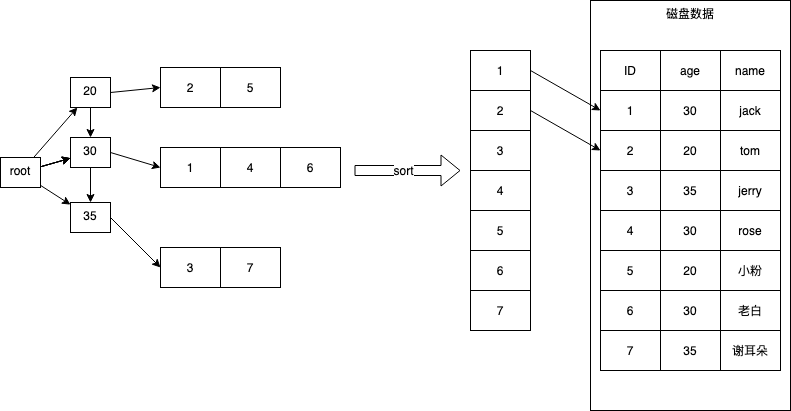
Before: mysql-mrr-2.png, a diagram exported from draw.io (GallantKong/diagram). Source tidied: cells renumbered, new cells last; positions are measured from the earlier drawing's top-left corner, leaving out a move shared by most shapes. Its diagram source:
```xml
<mxGraphModel>
  <root>
    <mxCell id="0" />
    <mxCell id="1" parent="0" />
    <mxCell id="2" value="磁盘数据" style="rounded=0;whiteSpace=wrap;html=1;labelBackgroundColor=none;verticalAlign=top;" parent="1" vertex="1">
      <mxGeometry x="590" width="200" height="410" as="geometry" />
    </mxCell>
    <mxCell id="3" style="shape=table;html=1;whiteSpace=wrap;startSize=0;" parent="1" vertex="1">
      <mxGeometry x="600" y="50" width="180" height="320" as="geometry" />
    </mxCell>
    <mxCell id="4" style="shape=partialRectangle;html=1;whiteSpace=wrap;fillColor=none;top=0;left=0;bottom=0;right=0;" parent="3" vertex="1">
      <mxGeometry width="180" height="40" as="geometry" />
    </mxCell>
    <mxCell id="5" value="ID" style="shape=partialRectangle;html=1;whiteSpace=wrap;overflow=hidden;fillColor=none;top=0;left=0;bottom=0;right=0;" parent="4" vertex="1">
      <mxGeometry width="60" height="40" as="geometry" />
    </mxCell>
    <mxCell id="6" value="age" style="shape=partialRectangle;html=1;whiteSpace=wrap;overflow=hidden;fillColor=none;top=0;left=0;bottom=0;right=0;" parent="4" vertex="1">
      <mxGeometry x="60" width="60" height="40" as="geometry" />
    </mxCell>
    <mxCell id="7" value="name" style="shape=partialRectangle;html=1;whiteSpace=wrap;overflow=hidden;fillColor=none;top=0;left=0;bottom=0;right=0;" parent="4" vertex="1">
      <mxGeometry x="120" width="60" height="40" as="geometry" />
    </mxCell>
    <mxCell id="8" style="shape=partialRectangle;html=1;whiteSpace=wrap;fillColor=none;top=0;left=0;bottom=0;right=0;points=[[0,0.5],[1,0.5]];portConstraint=eastwest;" parent="3" vertex="1">
      <mxGeometry y="40" width="180" height="40" as="geometry" />
    </mxCell>
    <mxCell id="9" value="1" style="shape=partialRectangle;html=1;whiteSpace=wrap;overflow=hidden;fillColor=none;top=0;left=0;bottom=0;right=0;" parent="8" vertex="1">
      <mxGeometry width="60" height="40" as="geometry" />
    </mxCell>
    <mxCell id="10" value="30" style="shape=partialRectangle;html=1;whiteSpace=wrap;overflow=hidden;fillColor=none;top=0;left=0;bottom=0;right=0;" parent="8" vertex="1">
      <mxGeometry x="60" width="60" height="40" as="geometry" />
    </mxCell>
    <mxCell id="11" value="jack" style="shape=partialRectangle;html=1;whiteSpace=wrap;overflow=hidden;fillColor=none;top=0;left=0;bottom=0;right=0;" parent="8" vertex="1">
      <mxGeometry x="120" width="60" height="40" as="geometry" />
    </mxCell>
    <mxCell id="12" style="shape=partialRectangle;html=1;whiteSpace=wrap;fillColor=none;top=0;left=0;bottom=0;right=0;points=[[0,0.5],[1,0.5]];portConstraint=eastwest;" parent="3" vertex="1">
      <mxGeometry y="80" width="180" height="40" as="geometry" />
    </mxCell>
    <mxCell id="13" value="2" style="shape=partialRectangle;html=1;whiteSpace=wrap;overflow=hidden;fillColor=none;top=0;left=0;bottom=0;right=0;" parent="12" vertex="1">
      <mxGeometry width="60" height="40" as="geometry" />
    </mxCell>
    <mxCell id="14" value="20" style="shape=partialRectangle;html=1;whiteSpace=wrap;overflow=hidden;fillColor=none;top=0;left=0;bottom=0;right=0;" parent="12" vertex="1">
      <mxGeometry x="60" width="60" height="40" as="geometry" />
    </mxCell>
    <mxCell id="15" value="tom" style="shape=partialRectangle;html=1;whiteSpace=wrap;overflow=hidden;fillColor=none;top=0;left=0;bottom=0;right=0;" parent="12" vertex="1">
      <mxGeometry x="120" width="60" height="40" as="geometry" />
    </mxCell>
    <mxCell id="16" style="shape=partialRectangle;html=1;whiteSpace=wrap;fillColor=none;top=0;left=0;bottom=0;right=0;points=[[0,0.5],[1,0.5]];portConstraint=eastwest;" parent="3" vertex="1">
      <mxGeometry y="120" width="180" height="40" as="geometry" />
    </mxCell>
    <mxCell id="17" value="3" style="shape=partialRectangle;html=1;whiteSpace=wrap;overflow=hidden;fillColor=none;top=0;left=0;bottom=0;right=0;" parent="16" vertex="1">
      <mxGeometry width="60" height="40" as="geometry" />
    </mxCell>
    <mxCell id="18" value="35" style="shape=partialRectangle;html=1;whiteSpace=wrap;overflow=hidden;fillColor=none;top=0;left=0;bottom=0;right=0;" parent="16" vertex="1">
      <mxGeometry x="60" width="60" height="40" as="geometry" />
    </mxCell>
    <mxCell id="19" value="jerry" style="shape=partialRectangle;html=1;whiteSpace=wrap;overflow=hidden;fillColor=none;top=0;left=0;bottom=0;right=0;" parent="16" vertex="1">
      <mxGeometry x="120" width="60" height="40" as="geometry" />
    </mxCell>
    <mxCell id="20" style="shape=partialRectangle;html=1;whiteSpace=wrap;fillColor=none;top=0;left=0;bottom=0;right=0;points=[[0,0.5],[1,0.5]];portConstraint=eastwest;" parent="3" vertex="1">
      <mxGeometry y="160" width="180" height="40" as="geometry" />
    </mxCell>
    <mxCell id="21" value="4" style="shape=partialRectangle;html=1;whiteSpace=wrap;overflow=hidden;fillColor=none;top=0;left=0;bottom=0;right=0;" parent="20" vertex="1">
      <mxGeometry width="60" height="40" as="geometry" />
    </mxCell>
    <mxCell id="22" value="30" style="shape=partialRectangle;html=1;whiteSpace=wrap;overflow=hidden;fillColor=none;top=0;left=0;bottom=0;right=0;" parent="20" vertex="1">
      <mxGeometry x="60" width="60" height="40" as="geometry" />
    </mxCell>
    <mxCell id="23" value="rose" style="shape=partialRectangle;html=1;whiteSpace=wrap;overflow=hidden;fillColor=none;top=0;left=0;bottom=0;right=0;" parent="20" vertex="1">
      <mxGeometry x="120" width="60" height="40" as="geometry" />
    </mxCell>
    <mxCell id="24" style="shape=partialRectangle;html=1;whiteSpace=wrap;fillColor=none;top=0;left=0;bottom=0;right=0;points=[[0,0.5],[1,0.5]];portConstraint=eastwest;" parent="3" vertex="1">
      <mxGeometry y="200" width="180" height="40" as="geometry" />
    </mxCell>
    <mxCell id="25" value="5" style="shape=partialRectangle;html=1;whiteSpace=wrap;overflow=hidden;fillColor=none;top=0;left=0;bottom=0;right=0;" parent="24" vertex="1">
      <mxGeometry width="60" height="40" as="geometry" />
    </mxCell>
    <mxCell id="26" value="20" style="shape=partialRectangle;html=1;whiteSpace=wrap;overflow=hidden;fillColor=none;top=0;left=0;bottom=0;right=0;" parent="24" vertex="1">
      <mxGeometry x="60" width="60" height="40" as="geometry" />
    </mxCell>
    <mxCell id="27" value="小粉" style="shape=partialRectangle;html=1;whiteSpace=wrap;overflow=hidden;fillColor=none;top=0;left=0;bottom=0;right=0;" parent="24" vertex="1">
      <mxGeometry x="120" width="60" height="40" as="geometry" />
    </mxCell>
    <mxCell id="28" style="shape=partialRectangle;html=1;whiteSpace=wrap;fillColor=none;top=0;left=0;bottom=0;right=0;points=[[0,0.5],[1,0.5]];portConstraint=eastwest;" parent="3" vertex="1">
      <mxGeometry y="240" width="180" height="40" as="geometry" />
    </mxCell>
    <mxCell id="29" value="6" style="shape=partialRectangle;html=1;whiteSpace=wrap;overflow=hidden;fillColor=none;top=0;left=0;bottom=0;right=0;" parent="28" vertex="1">
      <mxGeometry width="60" height="40" as="geometry" />
    </mxCell>
    <mxCell id="30" value="30" style="shape=partialRectangle;html=1;whiteSpace=wrap;overflow=hidden;fillColor=none;top=0;left=0;bottom=0;right=0;" parent="28" vertex="1">
      <mxGeometry x="60" width="60" height="40" as="geometry" />
    </mxCell>
    <mxCell id="31" value="老白" style="shape=partialRectangle;html=1;whiteSpace=wrap;overflow=hidden;fillColor=none;top=0;left=0;bottom=0;right=0;" parent="28" vertex="1">
      <mxGeometry x="120" width="60" height="40" as="geometry" />
    </mxCell>
    <mxCell id="32" style="shape=partialRectangle;html=1;whiteSpace=wrap;fillColor=none;top=0;left=0;bottom=0;right=0;points=[[0,0.5],[1,0.5]];portConstraint=eastwest;" parent="3" vertex="1">
      <mxGeometry y="280" width="180" height="40" as="geometry" />
    </mxCell>
    <mxCell id="33" value="7" style="shape=partialRectangle;html=1;whiteSpace=wrap;overflow=hidden;fillColor=none;top=0;left=0;bottom=0;right=0;" parent="32" vertex="1">
      <mxGeometry width="60" height="40" as="geometry" />
    </mxCell>
    <mxCell id="34" value="35" style="shape=partialRectangle;html=1;whiteSpace=wrap;overflow=hidden;fillColor=none;top=0;left=0;bottom=0;right=0;" parent="32" vertex="1">
      <mxGeometry x="60" width="60" height="40" as="geometry" />
    </mxCell>
    <mxCell id="35" value="谢耳朵" style="shape=partialRectangle;html=1;whiteSpace=wrap;overflow=hidden;fillColor=none;top=0;left=0;bottom=0;right=0;" parent="32" vertex="1">
      <mxGeometry x="120" width="60" height="40" as="geometry" />
    </mxCell>
    <mxCell id="36" style="edgeStyle=none;rounded=0;jettySize=auto;html=1;fontSize=12;strokeColor=#000000;strokeWidth=1;fillColor=#FF960D;" parent="1" edge="1" source="42" target="45">
      <mxGeometry relative="1" as="geometry" />
    </mxCell>
    <mxCell id="37" style="edgeStyle=none;rounded=0;jettySize=auto;html=1;fontSize=12;strokeColor=#000000;strokeWidth=1;fillColor=#FF960D;" parent="1" edge="1" source="42" target="48">
      <mxGeometry relative="1" as="geometry" />
    </mxCell>
    <mxCell id="38" style="edgeStyle=none;rounded=0;jettySize=auto;html=1;fontSize=12;strokeColor=#000000;strokeWidth=1;fillColor=#FF960D;" parent="1" edge="1" source="42" target="48">
      <mxGeometry relative="1" as="geometry" />
    </mxCell>
    <mxCell id="39" style="edgeStyle=none;rounded=0;jettySize=auto;html=1;fontSize=12;strokeColor=#000000;strokeWidth=1;fillColor=#FF960D;" parent="1" edge="1" source="42" target="48">
      <mxGeometry relative="1" as="geometry" />
    </mxCell>
    <mxCell id="40" style="edgeStyle=none;rounded=0;jettySize=auto;html=1;fontSize=12;strokeColor=#000000;strokeWidth=1;fillColor=#FF960D;" parent="1" edge="1" source="42" target="48">
      <mxGeometry relative="1" as="geometry" />
    </mxCell>
    <mxCell id="41" style="edgeStyle=none;rounded=0;jettySize=auto;html=1;fontSize=12;strokeColor=#000000;strokeWidth=1;fillColor=#FF960D;" parent="1" edge="1" source="42" target="50">
      <mxGeometry relative="1" as="geometry" />
    </mxCell>
    <mxCell id="42" value="&lt;font style=&quot;font-size: 12px&quot;&gt;root&lt;/font&gt;" style="rounded=0;whiteSpace=wrap;html=1;labelBackgroundColor=none;fontSize=12;verticalAlign=top;" parent="1" vertex="1">
      <mxGeometry y="157" width="40" height="30" as="geometry" />
    </mxCell>
    <mxCell id="43" style="edgeStyle=none;rounded=0;jettySize=auto;html=1;exitX=0.5;exitY=1;exitDx=0;exitDy=0;entryX=0.5;entryY=0;entryDx=0;entryDy=0;fontSize=12;strokeColor=#000000;strokeWidth=1;fillColor=#FF960D;" parent="1" edge="1" source="45" target="48">
      <mxGeometry relative="1" as="geometry" />
    </mxCell>
    <mxCell id="44" style="edgeStyle=none;rounded=0;jettySize=auto;html=1;exitX=1;exitY=0.5;exitDx=0;exitDy=0;entryX=0;entryY=0.5;entryDx=0;entryDy=0;fontSize=12;strokeColor=#000000;strokeWidth=1;fillColor=#FF960D;" parent="1" edge="1" source="45" target="52">
      <mxGeometry relative="1" as="geometry" />
    </mxCell>
    <mxCell id="45" value="&lt;font style=&quot;font-size: 12px&quot;&gt;20&lt;/font&gt;" style="rounded=0;whiteSpace=wrap;html=1;labelBackgroundColor=none;fontSize=12;verticalAlign=top;" parent="1" vertex="1">
      <mxGeometry x="70" y="77" width="40" height="30" as="geometry" />
    </mxCell>
    <mxCell id="46" style="edgeStyle=none;rounded=0;jettySize=auto;html=1;exitX=0.5;exitY=1;exitDx=0;exitDy=0;entryX=0.5;entryY=0;entryDx=0;entryDy=0;fontSize=12;strokeColor=#000000;strokeWidth=1;fillColor=#FF960D;" parent="1" edge="1" source="48" target="50">
      <mxGeometry relative="1" as="geometry" />
    </mxCell>
    <mxCell id="47" style="edgeStyle=none;rounded=0;jettySize=auto;html=1;exitX=1;exitY=0.5;exitDx=0;exitDy=0;entryX=0;entryY=0.5;entryDx=0;entryDy=0;fontSize=12;strokeColor=#000000;strokeWidth=1;fillColor=#FF960D;" parent="1" edge="1" source="48" target="56">
      <mxGeometry relative="1" as="geometry" />
    </mxCell>
    <mxCell id="48" value="&lt;font style=&quot;font-size: 12px&quot;&gt;30&lt;/font&gt;" style="rounded=0;whiteSpace=wrap;html=1;labelBackgroundColor=none;fontSize=12;verticalAlign=top;" parent="1" vertex="1">
      <mxGeometry x="70" y="137" width="40" height="30" as="geometry" />
    </mxCell>
    <mxCell id="49" style="edgeStyle=none;rounded=0;jettySize=auto;html=1;exitX=1;exitY=0.5;exitDx=0;exitDy=0;entryX=0;entryY=0.5;entryDx=0;entryDy=0;fontSize=12;strokeColor=#000000;strokeWidth=1;fillColor=#FF960D;" parent="1" edge="1" source="50" target="61">
      <mxGeometry relative="1" as="geometry" />
    </mxCell>
    <mxCell id="50" value="&lt;font style=&quot;font-size: 12px&quot;&gt;35&lt;/font&gt;" style="rounded=0;whiteSpace=wrap;html=1;labelBackgroundColor=none;fontSize=12;verticalAlign=top;" parent="1" vertex="1">
      <mxGeometry x="70" y="202" width="40" height="30" as="geometry" />
    </mxCell>
    <mxCell id="51" style="shape=table;html=1;whiteSpace=wrap;startSize=0;" parent="1" vertex="1">
      <mxGeometry x="160" y="67" width="120" height="40" as="geometry" />
    </mxCell>
    <mxCell id="52" style="shape=partialRectangle;html=1;whiteSpace=wrap;fillColor=none;top=0;left=0;bottom=0;right=0;points=[[0,0.5],[1,0.5]];portConstraint=eastwest;" parent="51" vertex="1">
      <mxGeometry width="120" height="40" as="geometry" />
    </mxCell>
    <mxCell id="53" value="2" style="shape=partialRectangle;html=1;whiteSpace=wrap;overflow=hidden;fillColor=none;top=0;left=0;bottom=0;right=0;" parent="52" vertex="1">
      <mxGeometry width="60" height="40" as="geometry" />
    </mxCell>
    <mxCell id="54" value="5" style="shape=partialRectangle;html=1;whiteSpace=wrap;overflow=hidden;fillColor=none;top=0;left=0;bottom=0;right=0;" parent="52" vertex="1">
      <mxGeometry x="60" width="60" height="40" as="geometry" />
    </mxCell>
    <mxCell id="55" style="shape=table;html=1;whiteSpace=wrap;startSize=0;" parent="1" vertex="1">
      <mxGeometry x="160" y="147" width="180" height="40" as="geometry" />
    </mxCell>
    <mxCell id="56" style="shape=partialRectangle;html=1;whiteSpace=wrap;fillColor=none;top=0;left=0;bottom=0;right=0;points=[[0,0.5],[1,0.5]];portConstraint=eastwest;" parent="55" vertex="1">
      <mxGeometry width="180" height="40" as="geometry" />
    </mxCell>
    <mxCell id="57" value="1" style="shape=partialRectangle;html=1;whiteSpace=wrap;overflow=hidden;fillColor=none;top=0;left=0;bottom=0;right=0;" parent="56" vertex="1">
      <mxGeometry width="60" height="40" as="geometry" />
    </mxCell>
    <mxCell id="58" value="4" style="shape=partialRectangle;html=1;whiteSpace=wrap;overflow=hidden;fillColor=none;top=0;left=0;bottom=0;right=0;" parent="56" vertex="1">
      <mxGeometry x="60" width="60" height="40" as="geometry" />
    </mxCell>
    <mxCell id="59" value="6" style="shape=partialRectangle;html=1;whiteSpace=wrap;overflow=hidden;fillColor=none;top=0;left=0;bottom=0;right=0;" parent="56" vertex="1">
      <mxGeometry x="120" width="60" height="40" as="geometry" />
    </mxCell>
    <mxCell id="60" style="shape=table;html=1;whiteSpace=wrap;startSize=0;" parent="1" vertex="1">
      <mxGeometry x="160" y="247" width="120" height="40" as="geometry" />
    </mxCell>
    <mxCell id="61" style="shape=partialRectangle;html=1;whiteSpace=wrap;fillColor=none;top=0;left=0;bottom=0;right=0;points=[[0,0.5],[1,0.5]];portConstraint=eastwest;" parent="60" vertex="1">
      <mxGeometry width="120" height="40" as="geometry" />
    </mxCell>
    <mxCell id="62" value="3" style="shape=partialRectangle;html=1;whiteSpace=wrap;overflow=hidden;fillColor=none;top=0;left=0;bottom=0;right=0;" parent="61" vertex="1">
      <mxGeometry width="60" height="40" as="geometry" />
    </mxCell>
    <mxCell id="63" value="7" style="shape=partialRectangle;html=1;whiteSpace=wrap;overflow=hidden;fillColor=none;top=0;left=0;bottom=0;right=0;" parent="61" vertex="1">
      <mxGeometry x="60" width="60" height="40" as="geometry" />
    </mxCell>
    <mxCell id="64" style="shape=flexArrow;endArrow=classic;html=1;" parent="1" edge="1">
      <mxGeometry relative="1" as="geometry">
        <mxPoint x="354" y="170" as="sourcePoint" />
        <mxPoint x="460" y="170" as="targetPoint" />
      </mxGeometry>
    </mxCell>
    <mxCell id="65" value="sort" style="edgeLabel;html=1;align=center;verticalAlign=middle;" parent="64" vertex="1">
      <mxGeometry x="-0.09" y="1" relative="1" as="geometry" />
    </mxCell>
    <mxCell id="66" style="shape=table;html=1;whiteSpace=wrap;startSize=0;" parent="1" vertex="1">
      <mxGeometry x="470" y="50" width="60" height="280" as="geometry" />
    </mxCell>
    <mxCell id="67" style="shape=partialRectangle;html=1;whiteSpace=wrap;fillColor=none;top=0;left=0;bottom=0;right=0;points=[[0,0.5],[1,0.5]];portConstraint=eastwest;" parent="66" vertex="1">
      <mxGeometry width="60" height="40" as="geometry" />
    </mxCell>
    <mxCell id="68" value="1" style="shape=partialRectangle;html=1;whiteSpace=wrap;overflow=hidden;fillColor=none;top=0;left=0;bottom=0;right=0;" parent="67" vertex="1">
      <mxGeometry width="60" height="40" as="geometry" />
    </mxCell>
    <mxCell id="69" style="shape=partialRectangle;html=1;whiteSpace=wrap;fillColor=none;top=0;left=0;bottom=0;right=0;points=[[0,0.5],[1,0.5]];portConstraint=eastwest;" parent="66" vertex="1">
      <mxGeometry y="40" width="60" height="40" as="geometry" />
    </mxCell>
    <mxCell id="70" value="2" style="shape=partialRectangle;html=1;whiteSpace=wrap;overflow=hidden;fillColor=none;top=0;left=0;bottom=0;right=0;" parent="69" vertex="1">
      <mxGeometry width="60" height="40" as="geometry" />
    </mxCell>
    <mxCell id="71" style="shape=partialRectangle;html=1;whiteSpace=wrap;fillColor=none;top=0;left=0;bottom=0;right=0;points=[[0,0.5],[1,0.5]];portConstraint=eastwest;" parent="66" vertex="1">
      <mxGeometry y="80" width="60" height="40" as="geometry" />
    </mxCell>
    <mxCell id="72" value="3" style="shape=partialRectangle;html=1;whiteSpace=wrap;overflow=hidden;fillColor=none;top=0;left=0;bottom=0;right=0;" parent="71" vertex="1">
      <mxGeometry width="60" height="40" as="geometry" />
    </mxCell>
    <mxCell id="73" style="shape=partialRectangle;html=1;whiteSpace=wrap;fillColor=none;top=0;left=0;bottom=0;right=0;points=[[0,0.5],[1,0.5]];portConstraint=eastwest;" parent="66" vertex="1">
      <mxGeometry y="120" width="60" height="40" as="geometry" />
    </mxCell>
    <mxCell id="74" value="4" style="shape=partialRectangle;html=1;whiteSpace=wrap;overflow=hidden;fillColor=none;top=0;left=0;bottom=0;right=0;" parent="73" vertex="1">
      <mxGeometry width="60" height="40" as="geometry" />
    </mxCell>
    <mxCell id="75" style="shape=partialRectangle;html=1;whiteSpace=wrap;fillColor=none;top=0;left=0;bottom=0;right=0;points=[[0,0.5],[1,0.5]];portConstraint=eastwest;" parent="66" vertex="1">
      <mxGeometry y="160" width="60" height="40" as="geometry" />
    </mxCell>
    <mxCell id="76" value="5" style="shape=partialRectangle;html=1;whiteSpace=wrap;overflow=hidden;fillColor=none;top=0;left=0;bottom=0;right=0;" parent="75" vertex="1">
      <mxGeometry width="60" height="40" as="geometry" />
    </mxCell>
    <mxCell id="77" style="shape=partialRectangle;html=1;whiteSpace=wrap;fillColor=none;top=0;left=0;bottom=0;right=0;points=[[0,0.5],[1,0.5]];portConstraint=eastwest;" parent="66" vertex="1">
      <mxGeometry y="200" width="60" height="40" as="geometry" />
    </mxCell>
    <mxCell id="78" value="6" style="shape=partialRectangle;html=1;whiteSpace=wrap;overflow=hidden;fillColor=none;top=0;left=0;bottom=0;right=0;" parent="77" vertex="1">
      <mxGeometry width="60" height="40" as="geometry" />
    </mxCell>
    <mxCell id="79" style="shape=partialRectangle;html=1;whiteSpace=wrap;fillColor=none;top=0;left=0;bottom=0;right=0;points=[[0,0.5],[1,0.5]];portConstraint=eastwest;" parent="66" vertex="1">
      <mxGeometry y="240" width="60" height="40" as="geometry" />
    </mxCell>
    <mxCell id="80" value="7" style="shape=partialRectangle;html=1;whiteSpace=wrap;overflow=hidden;fillColor=none;top=0;left=0;bottom=0;right=0;" parent="79" vertex="1">
      <mxGeometry width="60" height="40" as="geometry" />
    </mxCell>
    <mxCell id="81" style="edgeStyle=none;rounded=0;jettySize=auto;html=1;exitX=1;exitY=0.5;exitDx=0;exitDy=0;entryX=0;entryY=0.5;entryDx=0;entryDy=0;" parent="1" edge="1" source="67" target="8">
      <mxGeometry relative="1" as="geometry" />
    </mxCell>
    <mxCell id="82" style="edgeStyle=none;rounded=0;jettySize=auto;html=1;exitX=1;exitY=0.5;exitDx=0;exitDy=0;entryX=0;entryY=0.5;entryDx=0;entryDy=0;" parent="1" edge="1" source="69" target="12">
      <mxGeometry relative="1" as="geometry" />
    </mxCell>
  </root>
</mxGraphModel>
```
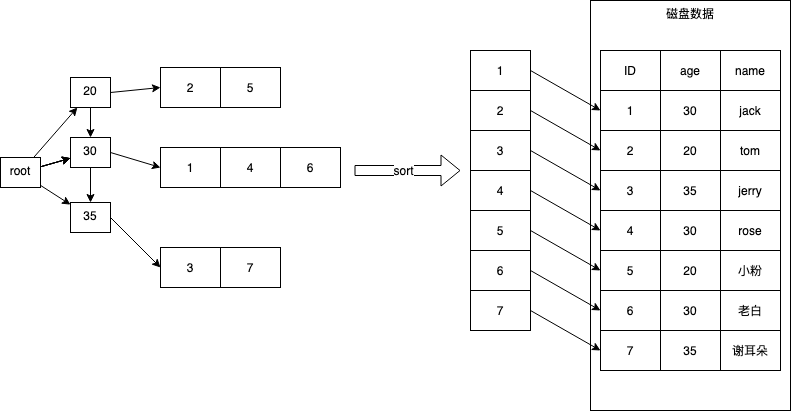
After the commit.

What changed in the source:
```diff
@@ -248,5 +248,20 @@
     <mxCell id="82" style="edgeStyle=none;rounded=0;jettySize=auto;html=1;exitX=1;exitY=0.5;exitDx=0;exitDy=0;entryX=0;entryY=0.5;entryDx=0;entryDy=0;" parent="1" edge="1" source="69" target="12">
       <mxGeometry relative="1" as="geometry" />
     </mxCell>
+    <mxCell id="83" style="edgeStyle=none;rounded=0;jettySize=auto;html=1;exitX=1;exitY=0.5;exitDx=0;exitDy=0;entryX=0;entryY=0.5;entryDx=0;entryDy=0;" parent="1" edge="1" source="71" target="16">
+      <mxGeometry relative="1" as="geometry" />
+    </mxCell>
+    <mxCell id="84" style="edgeStyle=none;rounded=0;jettySize=auto;html=1;exitX=1;exitY=0.5;exitDx=0;exitDy=0;entryX=0;entryY=0.5;entryDx=0;entryDy=0;" parent="1" edge="1" source="73" target="20">
+      <mxGeometry relative="1" as="geometry" />
+    </mxCell>
+    <mxCell id="85" style="edgeStyle=none;rounded=0;jettySize=auto;html=1;exitX=1;exitY=0.5;exitDx=0;exitDy=0;entryX=0;entryY=0.5;entryDx=0;entryDy=0;" parent="1" edge="1" source="75" target="24">
+      <mxGeometry relative="1" as="geometry" />
+    </mxCell>
+    <mxCell id="86" style="edgeStyle=none;rounded=0;jettySize=auto;html=1;exitX=1;exitY=0.5;exitDx=0;exitDy=0;entryX=0;entryY=0.5;entryDx=0;entryDy=0;" parent="1" edge="1" source="77" target="28">
+      <mxGeometry relative="1" as="geometry" />
+    </mxCell>
+    <mxCell id="87" style="edgeStyle=none;rounded=0;jettySize=auto;html=1;exitX=1;exitY=0.5;exitDx=0;exitDy=0;entryX=0;entryY=0.5;entryDx=0;entryDy=0;" parent="1" edge="1" source="79" target="32">
+      <mxGeometry relative="1" as="geometry" />
+    </mxCell>
   </root>
 </mxGraphModel>
```
